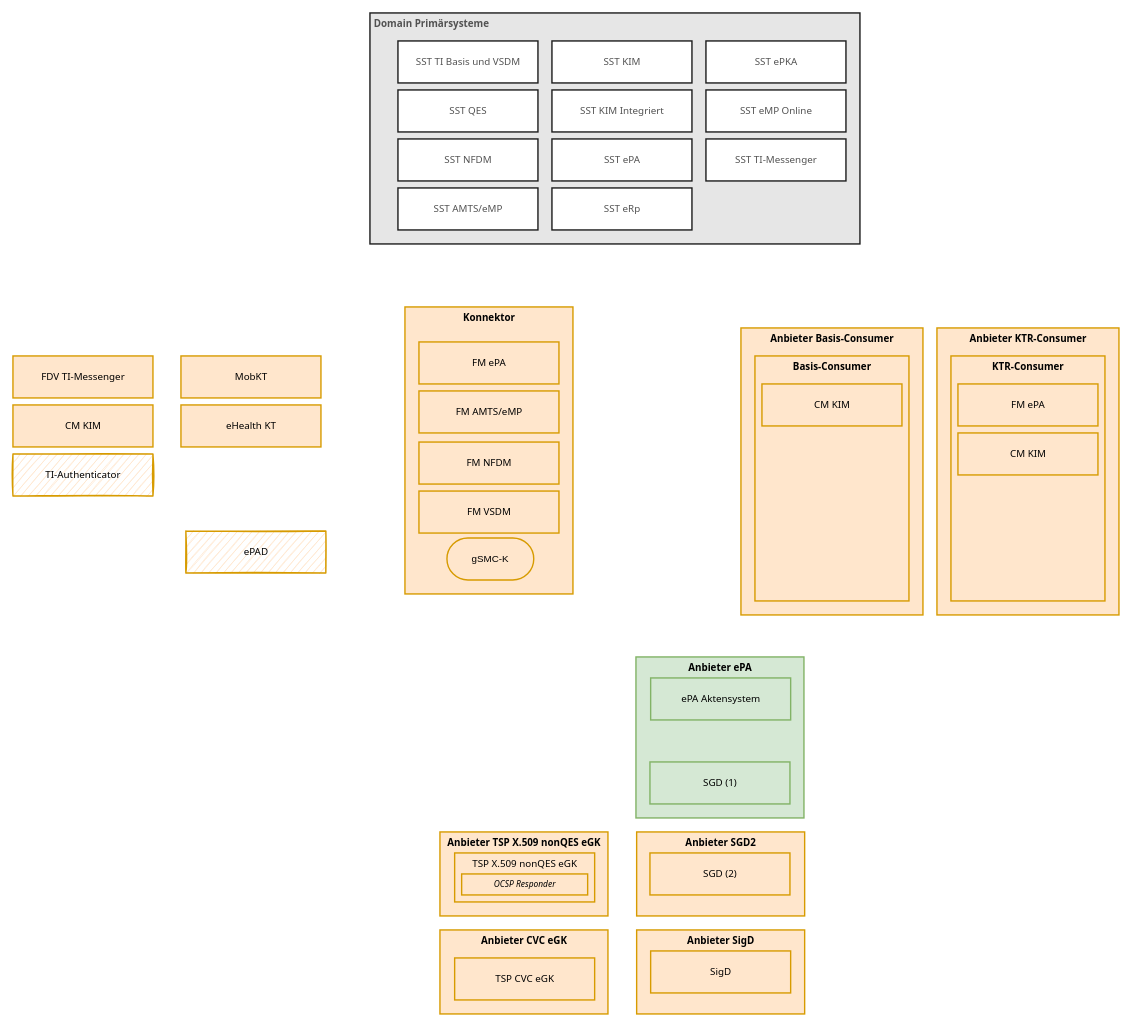
Earlier version of the draw.io diagram page "Bausteine" (3 of 3) of Diagramme/Systeme Draft.drawio (kitameg/Produktmodell). Source tidied: cells renumbered, new cells numbered last; positions are measured from the earlier drawing's top-left corner, leaving out a move shared by most shapes. Both pictures are drawn from the tidied source at 70%, with x=0, y=0 at pixel (13, 13).
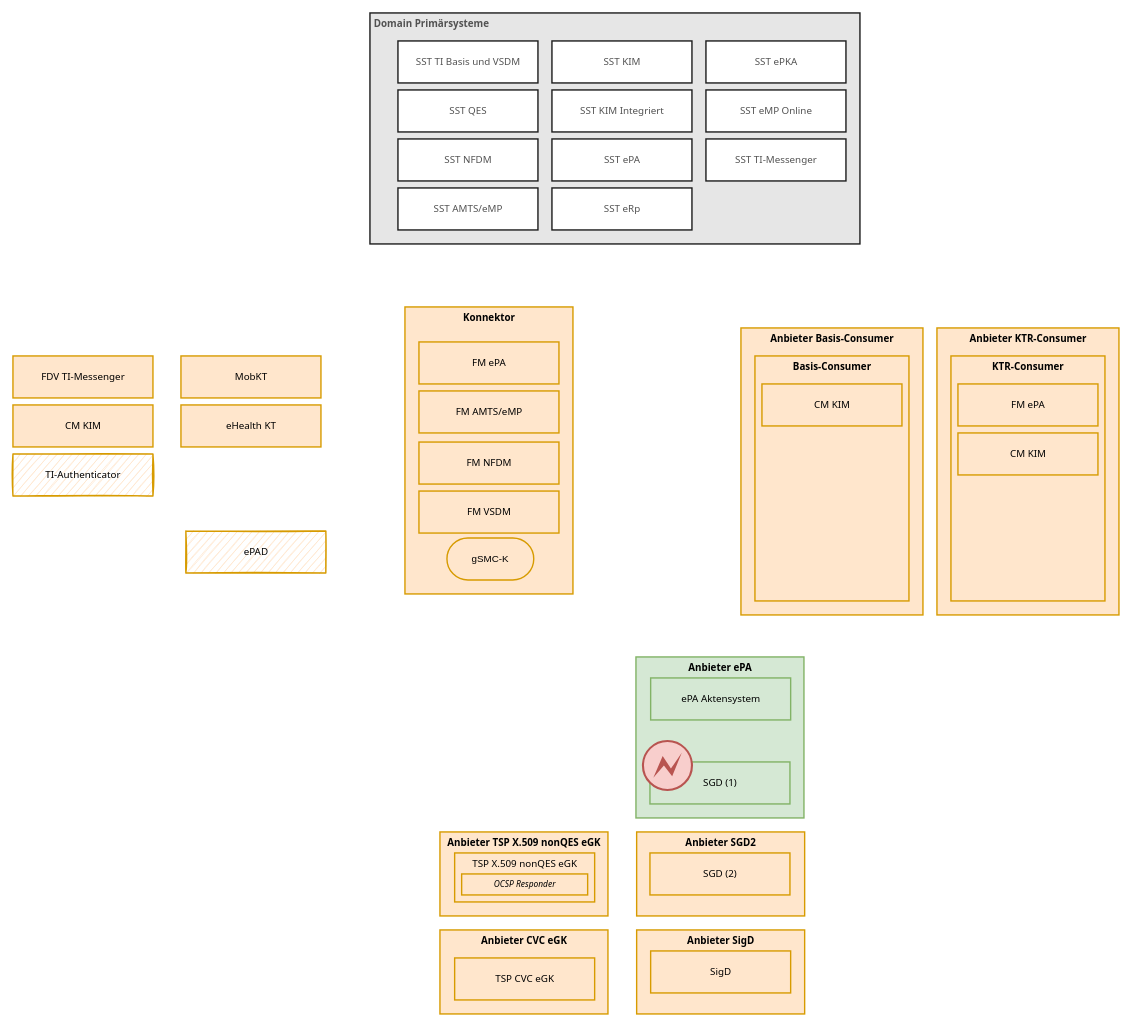
The same diagram, later.

Diff of the diagram source:
```diff
@@
+    <mxCell id="48" parent="0" />
+    <mxCell id="49" style="shape=mxgraph.bpmn.event;html=1;verticalLabelPosition=bottom;labelBackgroundColor=#ffffff;verticalAlign=top;align=center;perimeter=ellipsePerimeter;outline=end;symbol=error;fontSize=12;fillColor=#f8cecc;strokeColor=#b85450;" parent="48" vertex="1">
+      <mxGeometry x="900" y="1040" width="70" height="70" as="geometry" />
+    </mxCell>
```
